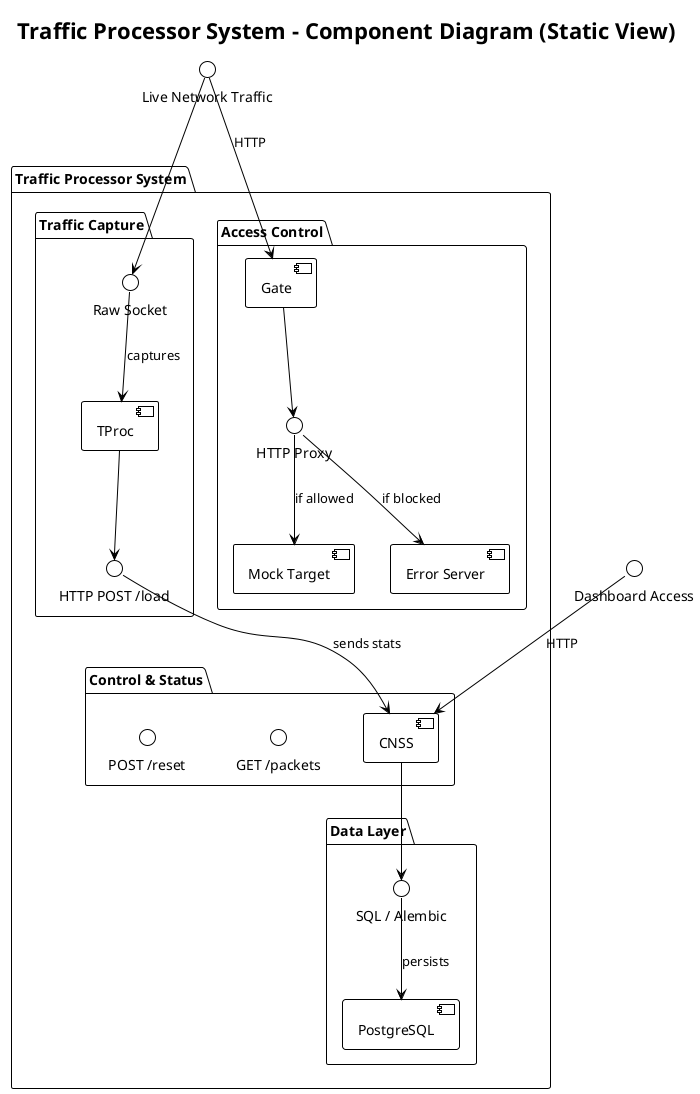
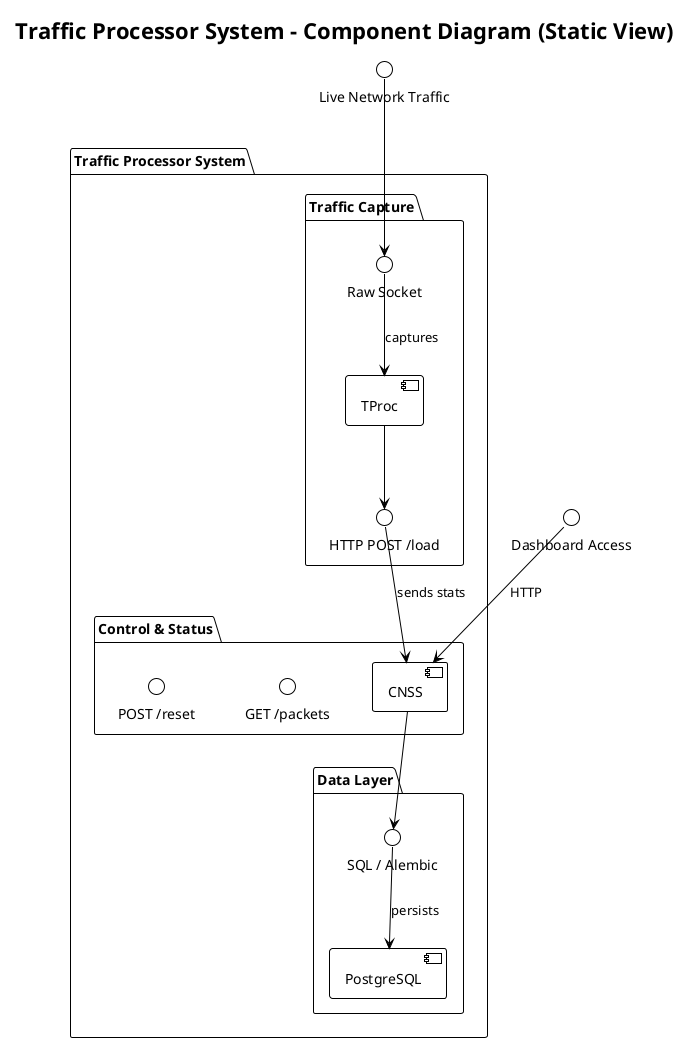
@startuml
!theme plain
title Traffic Processor System – Component Diagram (Static View)

package "Traffic Processor System" {

  package "Traffic Capture" {
    [TProc] as tproc
    () "Raw Socket" as net_iface
    () "HTTP POST /load" as load_api
-   }
- 
-   package "Access Control" {
-     [Gate] as gate
-     [Mock Target] as mock_target
-     [Error Server] as error_server
-     () "HTTP Proxy" as proxy_api
  }

  package "Control & Status" {
    [CNSS] as cnss
    () "GET /packets" as get_api
    () "POST /reset" as reset_api
  }

  package "Data Layer" {
    [PostgreSQL] as postgres
    () "SQL / Alembic" as sql_api
  }
}

' External interfaces
() "Live Network Traffic" as network
() "Dashboard Access" as dashboard

network --> net_iface
net_iface --> tproc : captures
tproc --> load_api
load_api --> cnss : sends stats

' Client access
dashboard --> cnss : HTTP
- network --> gate : HTTP
- 
- ' Gate routing
- gate --> proxy_api
- proxy_api --> mock_target : if allowed
- proxy_api --> error_server : if blocked

' Persistence
cnss --> sql_api
sql_api --> postgres : persists
@enduml
